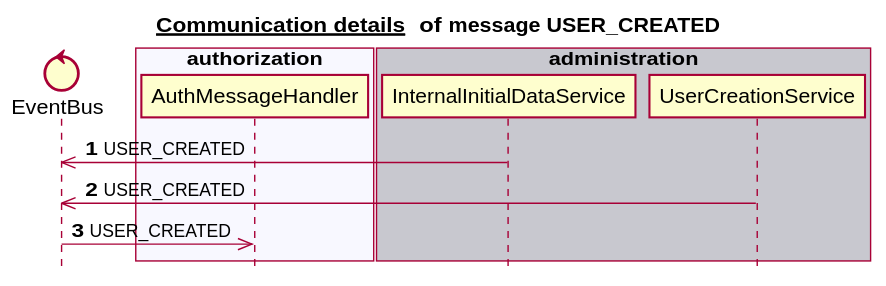
mercedes-benz/sechub keeps this PlantUML diagram as docs/latest/images/gen_domain_messaging_user_created.svg. Above is the earlier version.
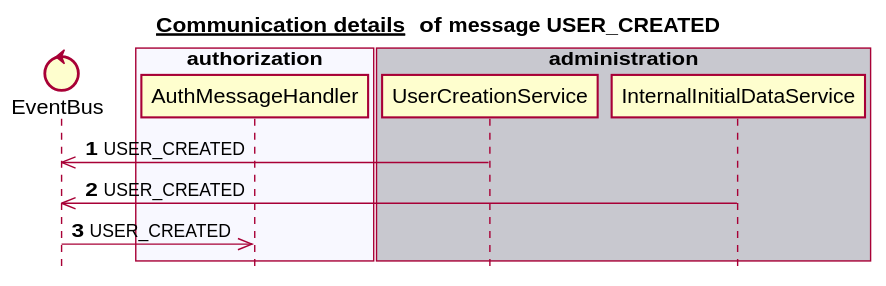
After the change.

Change to the diagram source:
```diff
@@ -6,22 +6,22 @@
 
 
 control EventBus
-box "scan" #C8C8CF
+box "notification" #C8C8CF
 end box
 box "authorization" #F8F8FF
    participant AuthMessageHandler
 end box
 box "administration" #C8C8CF
+   participant UserCreationService
    participant InternalInitialDataService
-   participant UserCreationService
 end box
-box "notification" #F8F8FF
+box "schedule" #F8F8FF
 end box
-box "schedule" #C8C8CF
+box "scan" #C8C8CF
 end box
 autonumber 1
+UserCreationService ->> EventBus:USER_CREATED
 InternalInitialDataService ->> EventBus:USER_CREATED
-UserCreationService ->> EventBus:USER_CREATED
 EventBus ->> AuthMessageHandler:USER_CREATED
 autonumber stop
 
```
